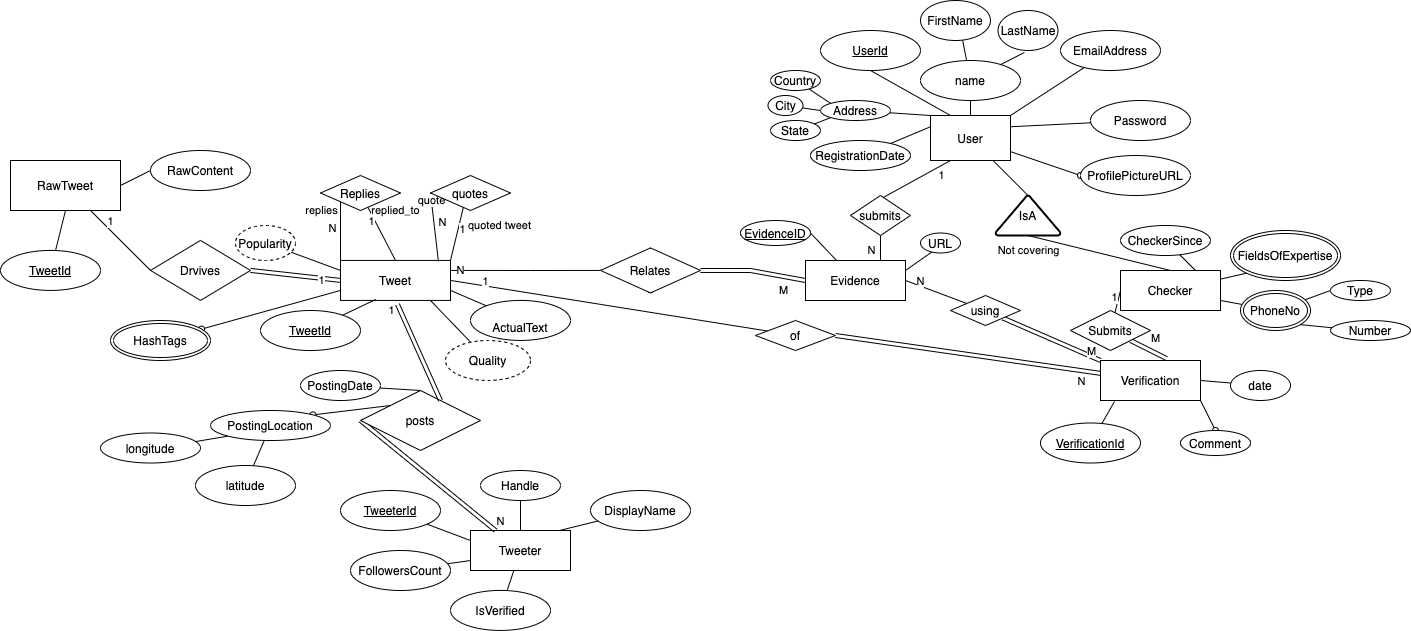
This is ER_Diagram.png from rafshar95/DB_CheckedTweets, a draw.io export, as it was before one commit. Source tidied: cells renumbered, new cells last; positions are measured from the earlier drawing's top-left corner, leaving out a move shared by most shapes.
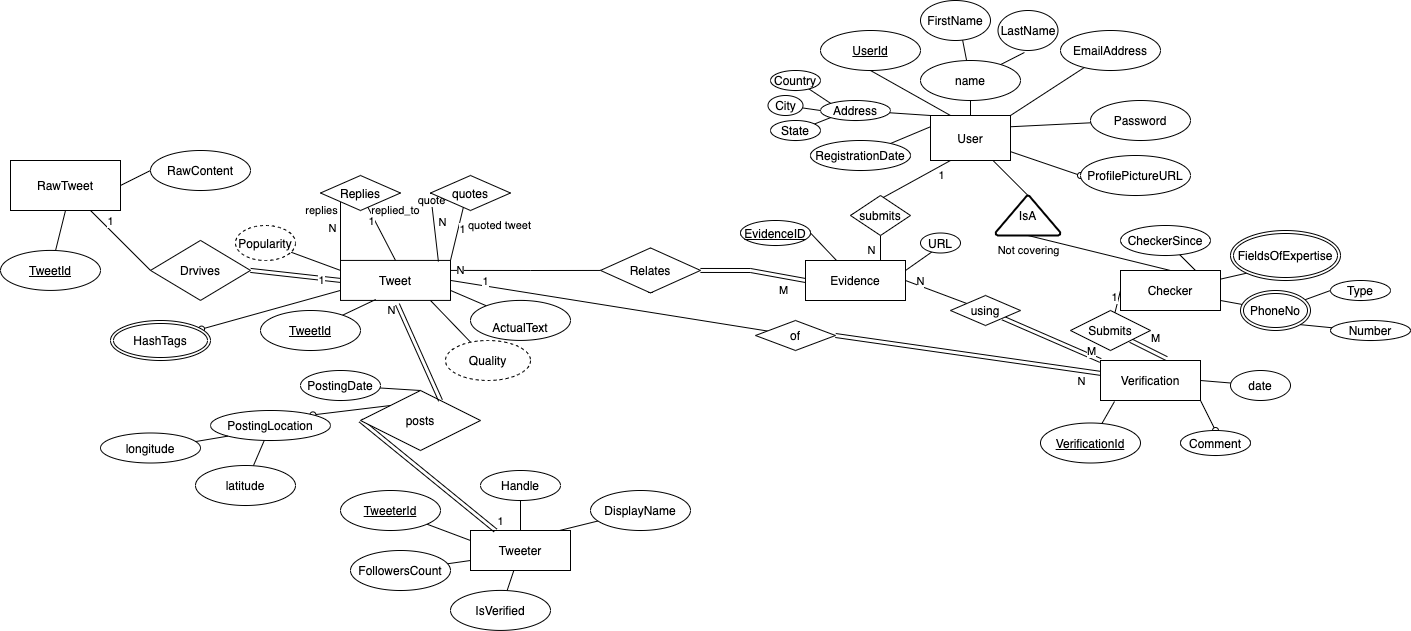
Later version of the same file.

Diff of the diagram source:
```diff
@@ -257,7 +257,7 @@
     <mxCell id="82" style="edgeStyle=none;rounded=0;jettySize=auto;html=1;exitX=0;exitY=0.5;exitDx=0;exitDy=0;entryX=0.25;entryY=0;entryDx=0;entryDy=0;startArrow=none;startFill=0;endArrow=none;endFill=0;shape=link;" parent="1" edge="1" source="84" target="2">
       <mxGeometry relative="1" as="geometry" />
     </mxCell>
-    <mxCell id="83" value="N" style="edgeLabel;html=1;align=center;verticalAlign=middle;" parent="82" vertex="1">
+    <mxCell id="83" value="1" style="edgeLabel;html=1;align=center;verticalAlign=middle;" parent="82" vertex="1">
       <mxGeometry x="0.22" y="-1" relative="1" as="geometry">
         <mxPoint x="57.7" y="31.6" as="offset" />
       </mxGeometry>
@@ -271,7 +271,7 @@
         <mxPoint x="440" y="400" as="targetPoint" />
       </mxGeometry>
     </mxCell>
-    <mxCell id="86" value="1" style="edgeLabel;html=1;align=center;verticalAlign=middle;" parent="85" vertex="1">
+    <mxCell id="86" value="N" style="edgeLabel;html=1;align=center;verticalAlign=middle;" parent="85" vertex="1">
       <mxGeometry relative="1" as="geometry">
         <mxPoint x="-28.6" y="-42.3" as="offset" />
       </mxGeometry>
```
